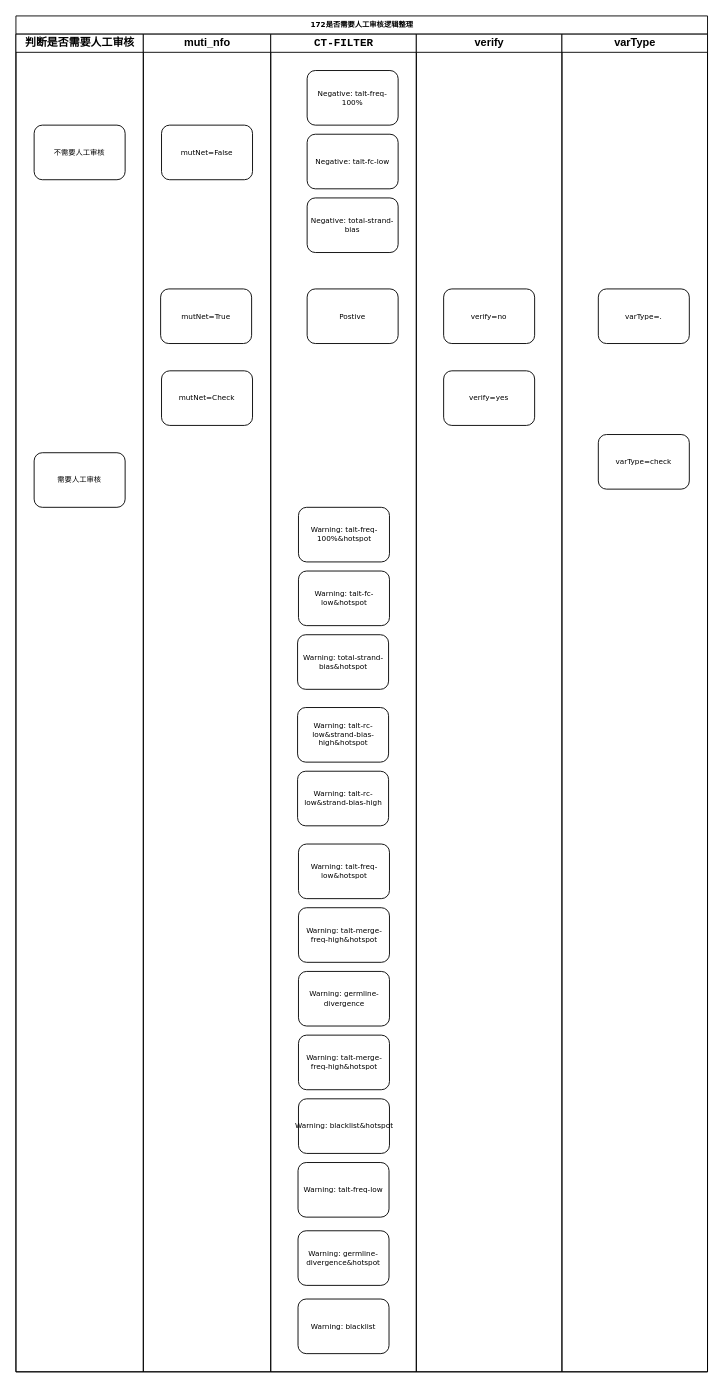
The draw.io diagram 172-0307.drawio in dingtian-genetronhealth/diagrams-genetron, before the edit. Source tidied: cells renumbered, new cells numbered last; positions are measured from the earlier drawing's top-left corner, leaving out a move shared by most shapes. Both pictures are drawn from the tidied source at 91%, with x=0, y=0 at pixel (15, 15).
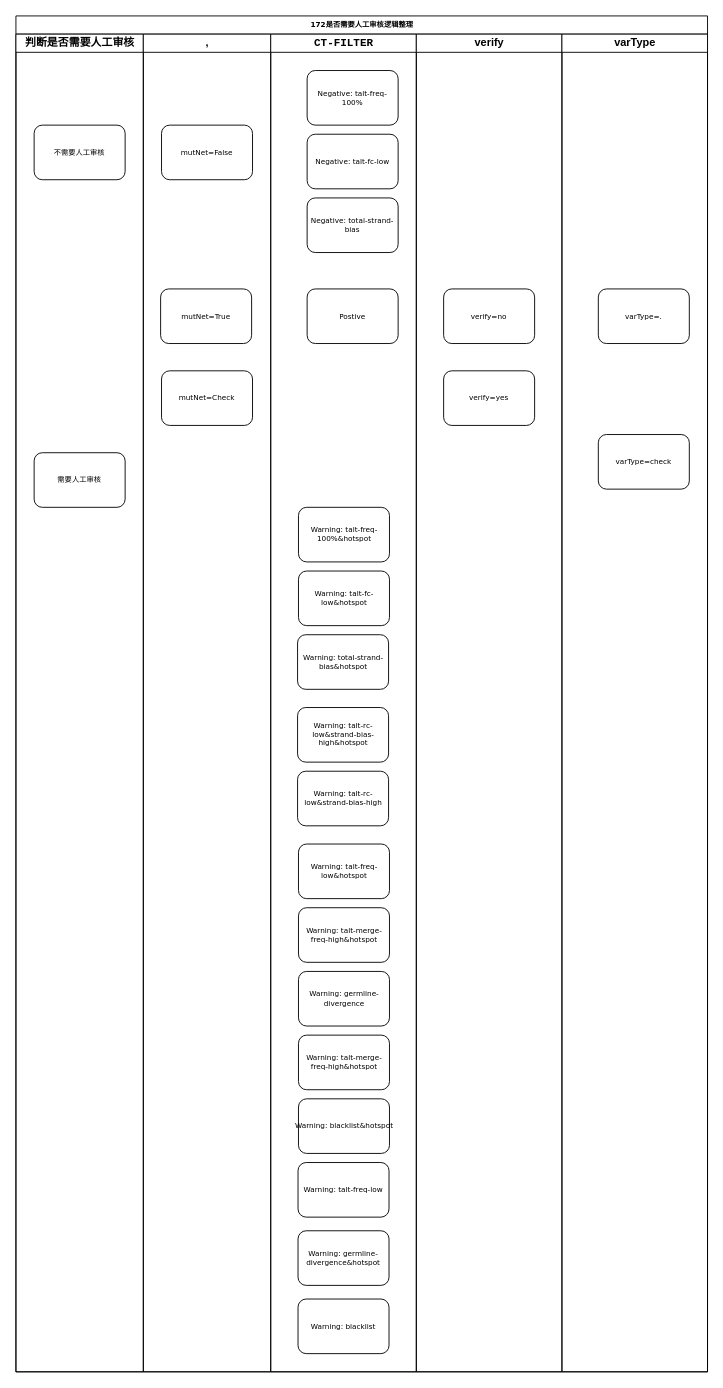
Above is the later version.

The change refers to these unchanged cells:
```xml
<mxCell id="2" value="172是否需要人工审核逻辑整理" style="swimlane;html=1;startSize=20;rounded=0;shadow=0;labelBackgroundColor=none;strokeWidth=1;fontFamily=Verdana;fontSize=8;align=center;" parent="1" vertex="1">
  <mxGeometry width="760" height="1490" as="geometry" />
</mxCell>
```

The edit, as a diff of the source:
```diff
@@
-    <mxCell id="6" value="muti_nfo" style="swimlane;html=1;startSize=20;" parent="2" vertex="1">
+    <mxCell id="6" value="," style="swimlane;html=1;startSize=20;" parent="2" vertex="1">
       <mxGeometry x="140" y="20" width="140" height="1470" as="geometry" />
     </mxCell>
```
